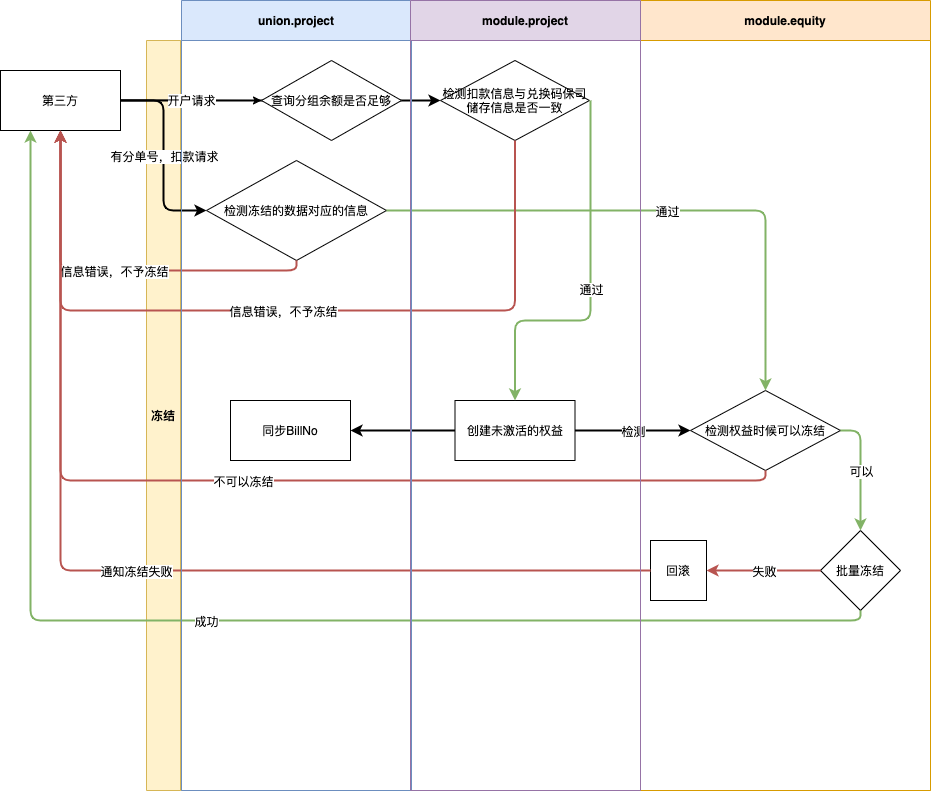
Before: 权益冻结.png, a diagram exported from draw.io (zuoqiang320/uniondrug). Source tidied: cells renumbered, new cells last; positions are measured from the earlier drawing's top-left corner, leaving out a move shared by most shapes.
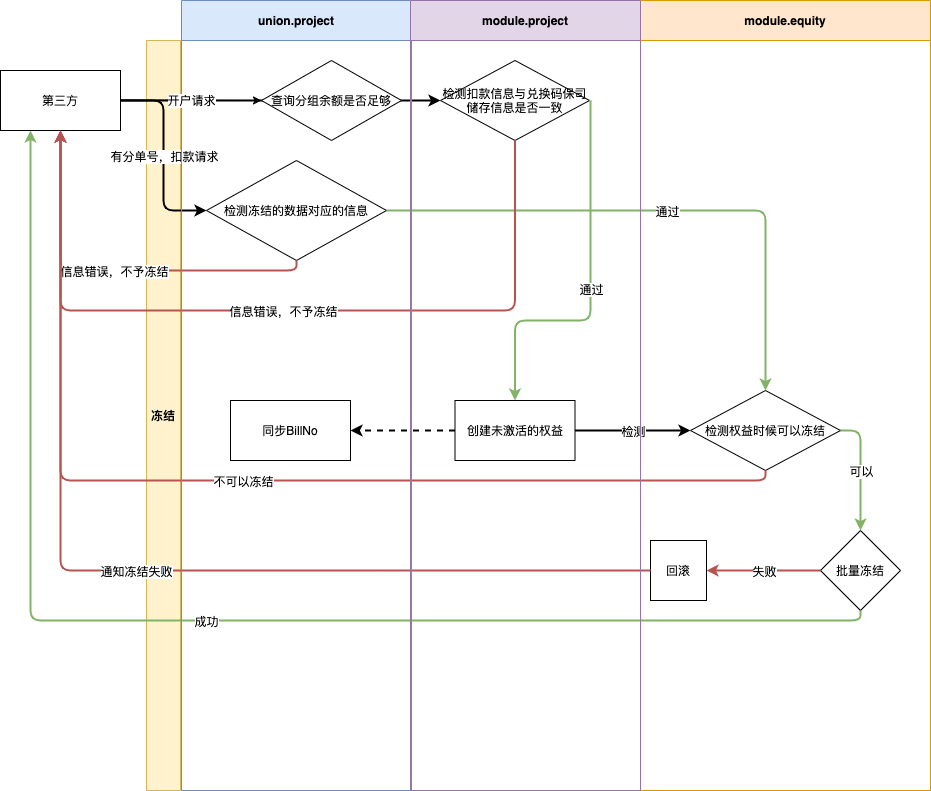
After the change.

Commit message:
更新权益冻结.png

The edit, as a diff of the source:
```diff
@@ -5,7 +5,7 @@
     <mxCell id="2" value="检测扣款信息与兑换码保司储存信息是否一致" style="rhombus;whiteSpace=wrap;html=1;startSize=34;strokeWidth=1;" parent="1" vertex="1">
       <mxGeometry x="440" y="60" width="149" height="80" as="geometry" />
     </mxCell>
-    <mxCell id="3" style="edgeStyle=orthogonalEdgeStyle;rounded=0;jettySize=auto;html=1;exitX=0;exitY=0.5;exitDx=0;exitDy=0;strokeWidth=2;" parent="1" edge="1" source="4" target="39">
+    <mxCell id="3" style="edgeStyle=orthogonalEdgeStyle;rounded=0;jettySize=auto;html=1;exitX=0;exitY=0.5;exitDx=0;exitDy=0;strokeWidth=2;dashed=1;" parent="1" edge="1" source="4" target="39">
       <mxGeometry relative="1" as="geometry" />
     </mxCell>
     <mxCell id="4" value="创建未激活的权益" style="rounded=0;whiteSpace=wrap;html=1;startSize=34;strokeWidth=1;" parent="1" vertex="1">
```
